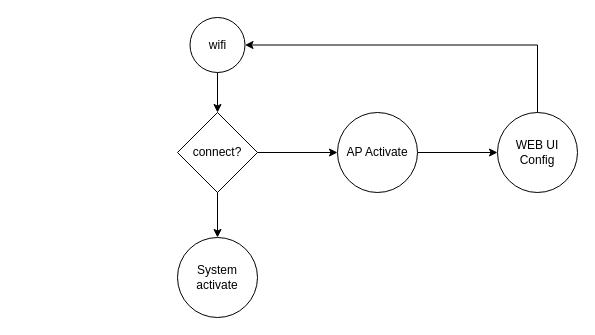
Before: iot.drawio in mohamadjaelani/drawio, a draw.io diagram. Source tidied: cells renumbered, new cells numbered last; positions are measured from the earlier drawing's top-left corner, leaving out a move shared by most shapes. Both pictures are drawn from the tidied source at 100%, with x=0, y=0 at pixel (177, 17).
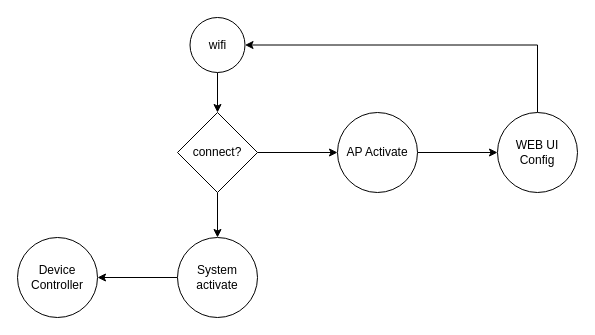
The same page after the edit.

What changed in the source:
```diff
@@
 <mxGraphModel>
   <root>
     <mxCell id="0" />
     <mxCell id="1" parent="0" />
     <mxCell id="2" style="edgeStyle=orthogonalEdgeStyle;rounded=0;jettySize=auto;html=1;" parent="1" edge="1" source="4" target="6">
       <mxGeometry relative="1" as="geometry" />
     </mxCell>
     <mxCell id="3" style="edgeStyle=orthogonalEdgeStyle;rounded=0;jettySize=auto;html=1;" parent="1" edge="1" source="4" target="11">
       <mxGeometry relative="1" as="geometry" />
     </mxCell>
     <mxCell id="4" value="connect?" style="rhombus;whiteSpace=wrap;html=1;shapeInside=1;" parent="1" vertex="1">
       <mxGeometry y="95" width="80" height="80" as="geometry" />
     </mxCell>
     <mxCell id="5" style="edgeStyle=orthogonalEdgeStyle;rounded=0;jettySize=auto;html=1;" parent="1" edge="1" source="6" target="8">
       <mxGeometry relative="1" as="geometry" />
     </mxCell>
     <mxCell id="6" value="AP Activate" style="ellipse;whiteSpace=wrap;html=1;shapeInside=1;" parent="1" vertex="1">
       <mxGeometry x="160" y="95" width="80" height="80" as="geometry" />
     </mxCell>
     <mxCell id="7" style="edgeStyle=orthogonalEdgeStyle;rounded=0;jettySize=auto;html=1;entryX=1;entryY=0.5;entryDx=0;entryDy=0;" parent="1" edge="1" source="8" target="10">
       <mxGeometry relative="1" as="geometry">
         <Array as="points">
           <mxPoint x="360" y="27.5" />
         </Array>
       </mxGeometry>
     </mxCell>
     <mxCell id="8" value="WEB UI Config" style="ellipse;whiteSpace=wrap;html=1;shapeInside=1;" parent="1" vertex="1">
       <mxGeometry x="320" y="95" width="80" height="80" as="geometry" />
     </mxCell>
     <mxCell id="9" style="edgeStyle=orthogonalEdgeStyle;rounded=0;jettySize=auto;html=1;" parent="1" edge="1" source="10" target="4">
       <mxGeometry relative="1" as="geometry" />
     </mxCell>
     <mxCell id="10" value="wifi" style="ellipse;whiteSpace=wrap;html=1;shapeInside=1;" parent="1" vertex="1">
       <mxGeometry x="12.5" width="55" height="55" as="geometry" />
     </mxCell>
+    <mxCell id="12" style="edgeStyle=orthogonalEdgeStyle;rounded=0;jettySize=auto;html=1;" parent="1" edge="1" source="11" target="13">
+      <mxGeometry relative="1" as="geometry" />
+    </mxCell>
     <mxCell id="11" value="System activate" style="ellipse;whiteSpace=wrap;html=1;shapeInside=1;" parent="1" vertex="1">
       <mxGeometry y="220" width="80" height="80" as="geometry" />
     </mxCell>
+    <mxCell id="13" value="Device Controller" style="ellipse;whiteSpace=wrap;html=1;shapeInside=1;" parent="1" vertex="1">
+      <mxGeometry x="-160" y="220" width="80" height="80" as="geometry" />
+    </mxCell>
   </root>
 </mxGraphModel>
```
